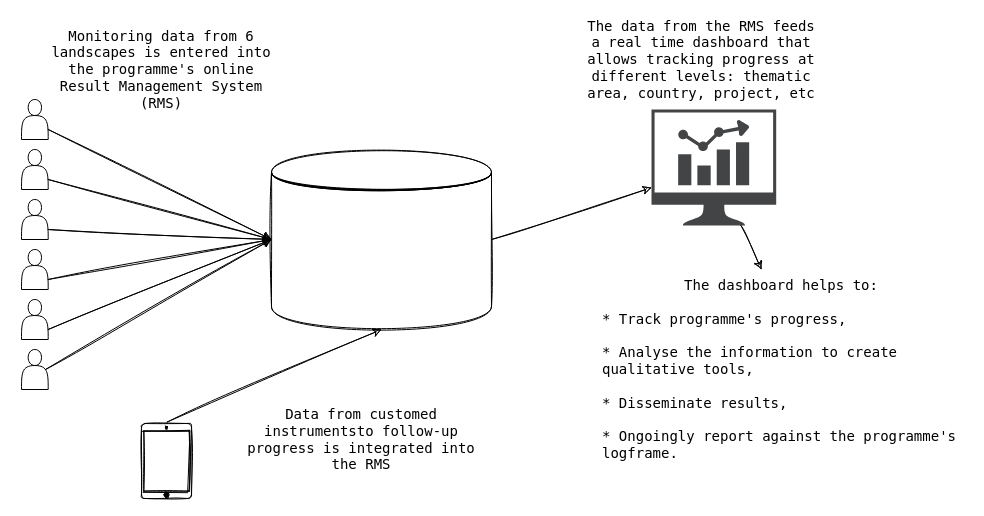
Above: DEFRA.drawio in araupontones/DEFRA (draw.io), before the change. Source tidied: cells renumbered, new cells numbered last; positions are measured from the earlier drawing's top-left corner, leaving out a move shared by most shapes. Both pictures are drawn from the tidied source at 100%, with x=0, y=0 at pixel (21, 29).
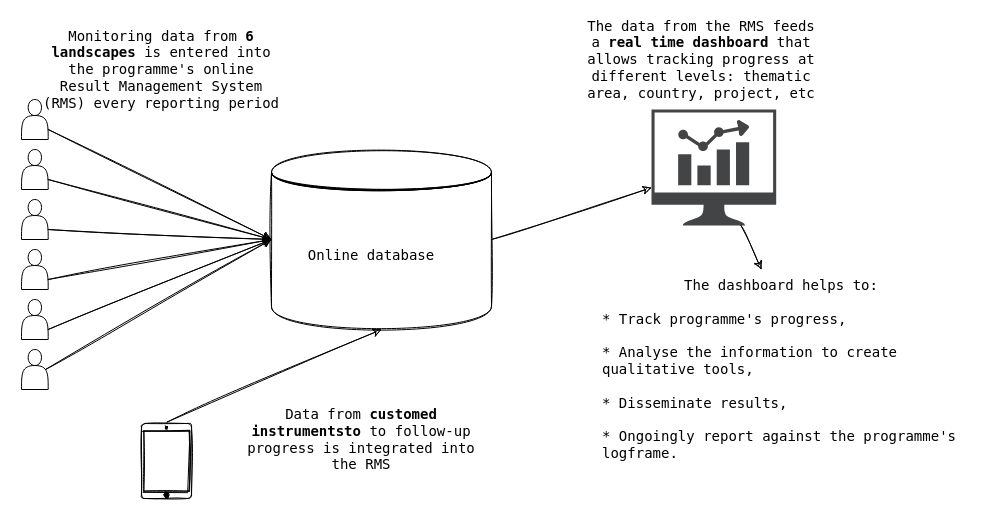
Above is the later version.

What changed in the source:
```diff
@@
-    <mxCell id="16" value="&lt;font face=&quot;Lucida Console&quot; style=&quot;font-size: 14px&quot;&gt;Monitoring data from 6 landscapes is entered into the programme's online Result Management System (RMS)&lt;/font&gt;" style="text;html=1;strokeColor=none;fillColor=none;align=center;verticalAlign=middle;whiteSpace=wrap;rounded=0;shadow=1;sketch=1;" parent="1" vertex="1">
+    <mxCell id="16" value="&lt;font face=&quot;Lucida Console&quot; style=&quot;font-size: 14px&quot;&gt;Monitoring data from &lt;b&gt;6 landscapes&lt;/b&gt; is entered into the programme's online Result Management System (RMS) every reporting period&lt;/font&gt;" style="text;html=1;strokeColor=none;fillColor=none;align=center;verticalAlign=middle;whiteSpace=wrap;rounded=0;shadow=1;sketch=1;" parent="1" vertex="1">
       <mxGeometry x="20" y="10" width="240" height="60" as="geometry" />
     </mxCell>
@@
-    <mxCell id="19" value="&lt;font face=&quot;Lucida Console&quot; style=&quot;font-size: 14px&quot;&gt;Data from customed instrumentsto follow-up progress is integrated into the RMS&lt;/font&gt;" style="text;html=1;strokeColor=none;fillColor=none;align=center;verticalAlign=middle;whiteSpace=wrap;rounded=0;shadow=1;sketch=1;" parent="1" vertex="1">
+    <mxCell id="19" value="&lt;font face=&quot;Lucida Console&quot; style=&quot;font-size: 14px&quot;&gt;Data from &lt;b&gt;customed instrumentsto &lt;/b&gt;to&amp;nbsp;follow-up progress is integrated into the RMS&lt;/font&gt;" style="text;html=1;strokeColor=none;fillColor=none;align=center;verticalAlign=middle;whiteSpace=wrap;rounded=0;shadow=1;sketch=1;" parent="1" vertex="1">
       <mxGeometry x="220" y="380" width="240" height="60" as="geometry" />
     </mxCell>
@@
-    <mxCell id="22" value="&lt;font face=&quot;Lucida Console&quot; style=&quot;font-size: 14px&quot;&gt;The data from the RMS feeds a real time dashboard that allows tracking progress at different levels: thematic area, country, project, etc&lt;/font&gt;" style="text;html=1;strokeColor=none;fillColor=none;align=center;verticalAlign=middle;whiteSpace=wrap;rounded=0;shadow=1;sketch=1;" parent="1" vertex="1">
+    <mxCell id="22" value="&lt;font face=&quot;Lucida Console&quot; style=&quot;font-size: 14px&quot;&gt;The data from the RMS feeds a &lt;b&gt;real time dashboard&lt;/b&gt; that allows tracking progress at different levels: thematic area, country, project, etc&lt;/font&gt;" style="text;html=1;strokeColor=none;fillColor=none;align=center;verticalAlign=middle;whiteSpace=wrap;rounded=0;shadow=1;sketch=1;" parent="1" vertex="1">
       <mxGeometry x="560" width="240" height="60" as="geometry" />
     </mxCell>
@@
+    <mxCell id="25" value="&lt;font face=&quot;Lucida Console&quot; style=&quot;font-size: 14px&quot;&gt;Online database&lt;/font&gt;" style="text;html=1;strokeColor=none;fillColor=none;align=center;verticalAlign=middle;whiteSpace=wrap;rounded=0;shadow=1;sketch=1;" parent="1" vertex="1">
+      <mxGeometry x="230" y="196" width="240" height="60" as="geometry" />
+    </mxCell>
```
